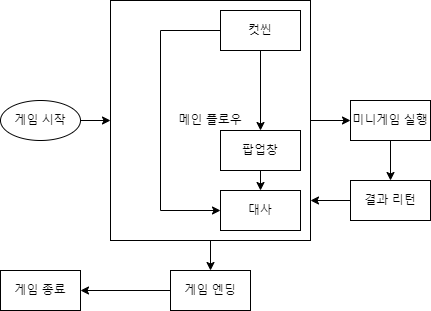
Before: assets/img/system.png, a diagram exported from draw.io (2422june/Farmdemic2.0.github.io). Source tidied: cells renumbered, new cells last; positions are measured from the earlier drawing's top-left corner, leaving out a move shared by most shapes. Its diagram source:
```xml
<mxGraphModel>
  <root>
    <mxCell id="0" />
    <mxCell id="1" parent="0" />
    <mxCell id="2" value="게임 시작" style="ellipse;whiteSpace=wrap;html=1;" parent="1" vertex="1">
      <mxGeometry y="100" width="80" height="40" as="geometry" />
    </mxCell>
    <mxCell id="3" value="메인 플로우" style="rounded=0;whiteSpace=wrap;html=1;" parent="1" vertex="1">
      <mxGeometry x="110" width="200" height="240" as="geometry" />
    </mxCell>
    <mxCell id="4" value="컷씬" style="rounded=0;whiteSpace=wrap;html=1;" parent="1" vertex="1">
      <mxGeometry x="220" y="10" width="80" height="40" as="geometry" />
    </mxCell>
    <mxCell id="5" value="대사" style="rounded=0;whiteSpace=wrap;html=1;" parent="1" vertex="1">
      <mxGeometry x="220" y="190" width="80" height="40" as="geometry" />
    </mxCell>
    <mxCell id="6" value="팝업창" style="rounded=0;whiteSpace=wrap;html=1;" parent="1" vertex="1">
      <mxGeometry x="220" y="130" width="80" height="40" as="geometry" />
    </mxCell>
    <mxCell id="7" style="endArrow=classic;html=1;rounded=0;exitX=1;exitY=0.5;exitDx=0;exitDy=0;" parent="1" edge="1" source="2" target="3">
      <mxGeometry relative="1" as="geometry" />
    </mxCell>
    <mxCell id="8" style="endArrow=classic;html=1;rounded=0;exitX=0.5;exitY=1;exitDx=0;exitDy=0;entryX=0.5;entryY=0;entryDx=0;entryDy=0;" parent="1" edge="1" source="4" target="6">
      <mxGeometry relative="1" as="geometry" />
    </mxCell>
    <mxCell id="9" style="endArrow=classic;html=1;rounded=0;exitX=0.5;exitY=1;exitDx=0;exitDy=0;entryX=0.5;entryY=0;entryDx=0;entryDy=0;" parent="1" edge="1" source="6" target="5">
      <mxGeometry relative="1" as="geometry" />
    </mxCell>
    <mxCell id="10" style="edgeStyle=elbowEdgeStyle;elbow=horizontal;endArrow=classic;html=1;rounded=0;exitX=0;exitY=0.5;exitDx=0;exitDy=0;entryX=0;entryY=0.5;entryDx=0;entryDy=0;" parent="1" edge="1" source="4" target="5">
      <mxGeometry relative="1" as="geometry">
        <Array as="points">
          <mxPoint x="160" y="120" />
        </Array>
      </mxGeometry>
    </mxCell>
    <mxCell id="11" style="endArrow=classic;html=1;rounded=0;exitX=1;exitY=0.5;exitDx=0;exitDy=0;entryX=0;entryY=0.5;entryDx=0;entryDy=0;" parent="1" edge="1" source="3" target="12">
      <mxGeometry relative="1" as="geometry" />
    </mxCell>
    <mxCell id="12" value="미니게임 실행" style="rounded=0;whiteSpace=wrap;html=1;" parent="1" vertex="1">
      <mxGeometry x="350" y="100" width="80" height="40" as="geometry" />
    </mxCell>
    <mxCell id="13" value="결과 리턴" style="rounded=0;whiteSpace=wrap;html=1;" parent="1" vertex="1">
      <mxGeometry x="350" y="180" width="80" height="40" as="geometry" />
    </mxCell>
    <mxCell id="14" style="endArrow=classic;html=1;rounded=0;exitX=0.5;exitY=1;exitDx=0;exitDy=0;entryX=0.5;entryY=0;entryDx=0;entryDy=0;" parent="1" edge="1" source="12" target="13">
      <mxGeometry relative="1" as="geometry" />
    </mxCell>
    <mxCell id="15" style="endArrow=classic;html=1;rounded=0;exitX=0;exitY=0.5;exitDx=0;exitDy=0;" parent="1" edge="1" source="13">
      <mxGeometry relative="1" as="geometry">
        <mxPoint x="310" y="200" as="targetPoint" />
      </mxGeometry>
    </mxCell>
    <mxCell id="16" style="endArrow=classic;html=1;rounded=0;startArrow=none;entryX=0.5;entryY=0;entryDx=0;entryDy=0;exitX=0.5;exitY=1;exitDx=0;exitDy=0;" parent="1" edge="1" source="3" target="17">
      <mxGeometry relative="1" as="geometry" />
    </mxCell>
    <mxCell id="17" value="게임 엔딩" style="rounded=0;whiteSpace=wrap;html=1;" parent="1" vertex="1">
      <mxGeometry x="170" y="270" width="80" height="40" as="geometry" />
    </mxCell>
    <mxCell id="18" value="게임 종료" style="rounded=0;whiteSpace=wrap;html=1;" parent="1" vertex="1">
      <mxGeometry y="270" width="80" height="40" as="geometry" />
    </mxCell>
    <mxCell id="19" style="endArrow=classic;html=1;rounded=0;exitX=0;exitY=0.5;exitDx=0;exitDy=0;" parent="1" edge="1" source="17" target="18">
      <mxGeometry relative="1" as="geometry" />
    </mxCell>
  </root>
</mxGraphModel>
```
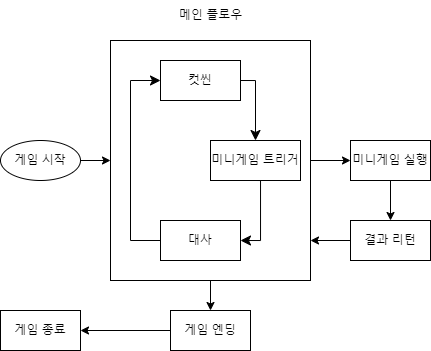
After the change.

What changed in the source:
```diff
@@ -5,34 +5,21 @@
     <mxCell id="2" value="게임 시작" style="ellipse;whiteSpace=wrap;html=1;" parent="1" vertex="1">
       <mxGeometry y="100" width="80" height="40" as="geometry" />
     </mxCell>
-    <mxCell id="3" value="메인 플로우" style="rounded=0;whiteSpace=wrap;html=1;" parent="1" vertex="1">
+    <mxCell id="3" style="rounded=0;whiteSpace=wrap;html=1;" parent="1" vertex="1">
       <mxGeometry x="110" width="200" height="240" as="geometry" />
     </mxCell>
     <mxCell id="4" value="컷씬" style="rounded=0;whiteSpace=wrap;html=1;" parent="1" vertex="1">
-      <mxGeometry x="220" y="10" width="80" height="40" as="geometry" />
+      <mxGeometry x="160" y="20" width="80" height="40" as="geometry" />
     </mxCell>
     <mxCell id="5" value="대사" style="rounded=0;whiteSpace=wrap;html=1;" parent="1" vertex="1">
-      <mxGeometry x="220" y="190" width="80" height="40" as="geometry" />
+      <mxGeometry x="160" y="180" width="80" height="40" as="geometry" />
     </mxCell>
-    <mxCell id="6" value="팝업창" style="rounded=0;whiteSpace=wrap;html=1;" parent="1" vertex="1">
-      <mxGeometry x="220" y="130" width="80" height="40" as="geometry" />
+    <mxCell id="6" value="미니게임 트리거" style="rounded=0;whiteSpace=wrap;html=1;" parent="1" vertex="1">
+      <mxGeometry x="210" y="100" width="90" height="40" as="geometry" />
     </mxCell>
     <mxCell id="7" style="endArrow=classic;html=1;rounded=0;exitX=1;exitY=0.5;exitDx=0;exitDy=0;" parent="1" edge="1" source="2" target="3">
       <mxGeometry relative="1" as="geometry" />
     </mxCell>
-    <mxCell id="8" style="endArrow=classic;html=1;rounded=0;exitX=0.5;exitY=1;exitDx=0;exitDy=0;entryX=0.5;entryY=0;entryDx=0;entryDy=0;" parent="1" edge="1" source="4" target="6">
-      <mxGeometry relative="1" as="geometry" />
-    </mxCell>
-    <mxCell id="9" style="endArrow=classic;html=1;rounded=0;exitX=0.5;exitY=1;exitDx=0;exitDy=0;entryX=0.5;entryY=0;entryDx=0;entryDy=0;" parent="1" edge="1" source="6" target="5">
-      <mxGeometry relative="1" as="geometry" />
-    </mxCell>
-    <mxCell id="10" style="edgeStyle=elbowEdgeStyle;elbow=horizontal;endArrow=classic;html=1;rounded=0;exitX=0;exitY=0.5;exitDx=0;exitDy=0;entryX=0;entryY=0.5;entryDx=0;entryDy=0;" parent="1" edge="1" source="4" target="5">
-      <mxGeometry relative="1" as="geometry">
-        <Array as="points">
-          <mxPoint x="160" y="120" />
-        </Array>
-      </mxGeometry>
-    </mxCell>
     <mxCell id="11" style="endArrow=classic;html=1;rounded=0;exitX=1;exitY=0.5;exitDx=0;exitDy=0;entryX=0;entryY=0.5;entryDx=0;entryDy=0;" parent="1" edge="1" source="3" target="12">
       <mxGeometry relative="1" as="geometry" />
     </mxCell>
@@ -62,5 +49,25 @@
     <mxCell id="19" style="endArrow=classic;html=1;rounded=0;exitX=0;exitY=0.5;exitDx=0;exitDy=0;" parent="1" edge="1" source="17" target="18">
       <mxGeometry relative="1" as="geometry" />
     </mxCell>
+    <mxCell id="20" style="edgeStyle=elbowEdgeStyle;elbow=vertical;endArrow=classic;html=1;curved=0;rounded=0;endSize=8;startSize=8;exitX=0;exitY=0.5;exitDx=0;exitDy=0;entryX=0;entryY=0.5;entryDx=0;entryDy=0;" parent="1" edge="1" source="5" target="4">
+      <mxGeometry relative="1" as="geometry">
+        <Array as="points">
+          <mxPoint x="130" y="120" />
+        </Array>
+      </mxGeometry>
+    </mxCell>
+    <mxCell id="21" value="메인 플로우" style="text;html=1;align=center;verticalAlign=middle;strokeColor=none;fillColor=none;" parent="1" vertex="1">
+      <mxGeometry x="165" y="-40" width="90" height="30" as="geometry" />
+    </mxCell>
+    <mxCell id="8" style="edgeStyle=segmentEdgeStyle;endArrow=classic;html=1;curved=0;rounded=0;endSize=8;startSize=8;exitX=1;exitY=0.5;exitDx=0;exitDy=0;entryX=0.5;entryY=0;entryDx=0;entryDy=0;" parent="1" edge="1" source="4" target="6">
+      <mxGeometry relative="1" as="geometry" />
+    </mxCell>
+    <mxCell id="9" style="edgeStyle=segmentEdgeStyle;endArrow=classic;html=1;curved=0;rounded=0;endSize=8;startSize=8;entryX=1;entryY=0.5;entryDx=0;entryDy=0;exitX=0.5;exitY=1;exitDx=0;exitDy=0;" parent="1" edge="1" source="6" target="5">
+      <mxGeometry relative="1" as="geometry">
+        <Array as="points">
+          <mxPoint x="260" y="200" />
+        </Array>
+      </mxGeometry>
+    </mxCell>
   </root>
 </mxGraphModel>
```
